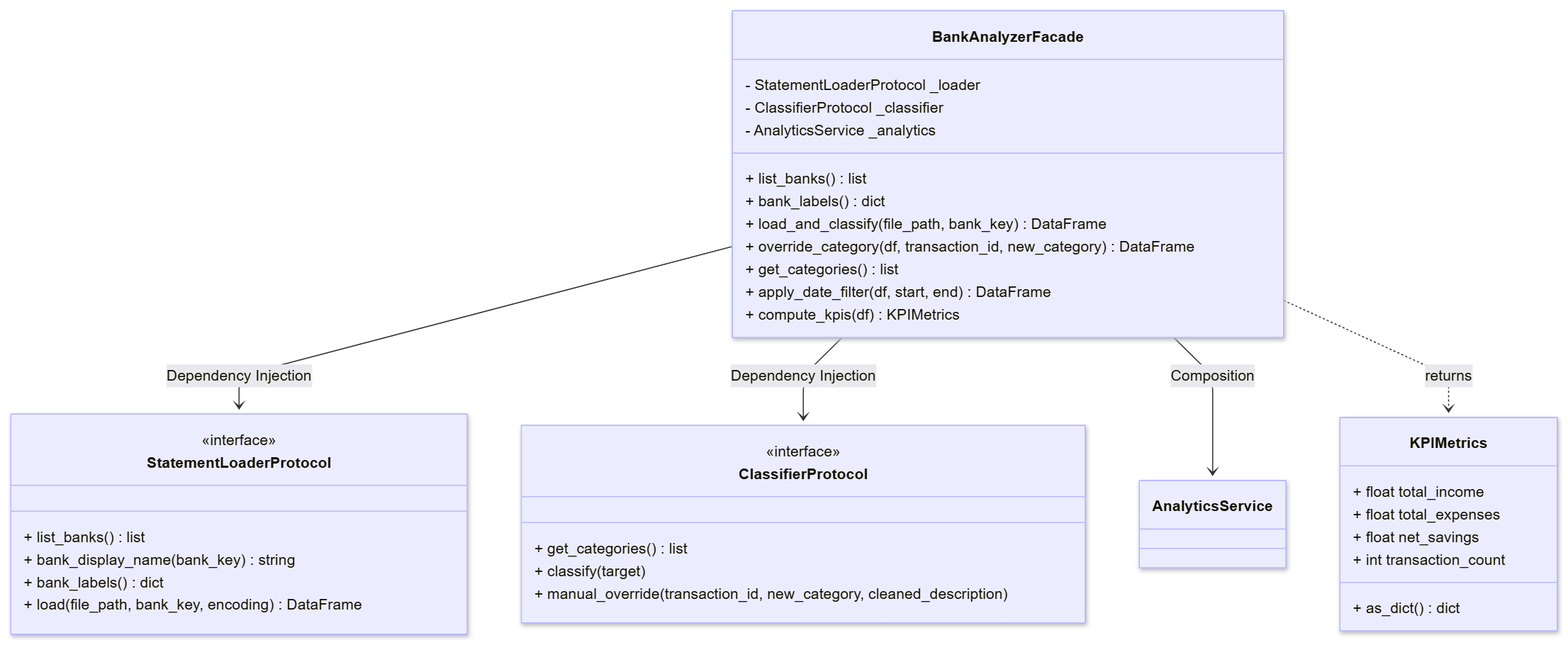
This is UML/Png_Files/04_high_level_facade.png from VahagMardyan/Bank_Statement_Analyser, a Mermaid export, as it was before one commit. Its source is kept beside it as UML/Mmd_Files/04_high_level_facade.mmd. Source of this version:
```mermaid
classDiagram
    class StatementLoaderProtocol {
        <<interface>>
        + list_banks() list
        + bank_display_name(bank_key) string
        + bank_labels() dict
        + load(file_path, bank_key, encoding) DataFrame
    }

    class ClassifierProtocol {
        <<interface>>
        + get_categories() list
        + classify(target)
        + manual_override(transaction_id, new_category, cleaned_description)
    }

    class KPIMetrics {
        + float total_income
        + float total_expenses
        + float net_savings
        + int transaction_count
        + as_dict() dict
    }

    class BankAnalyzerFacade {
        - StatementLoaderProtocol _loader
        - ClassifierProtocol _classifier
        - AnalyticsService _analytics
        + list_banks() list
        + bank_labels() dict
        + load_and_classify(file_path, bank_key) DataFrame
        + override_category(df, transaction_id, new_category) DataFrame
        + get_categories() list
        + apply_date_filter(df, start, end) DataFrame
        + compute_kpis(df) KPIMetrics
    }

    BankAnalyzerFacade --> StatementLoaderProtocol : Dependency Injection
    BankAnalyzerFacade --> ClassifierProtocol : Dependency Injection
    BankAnalyzerFacade --> AnalyticsService : Composition
    BankAnalyzerFacade ..> KPIMetrics : returns
```
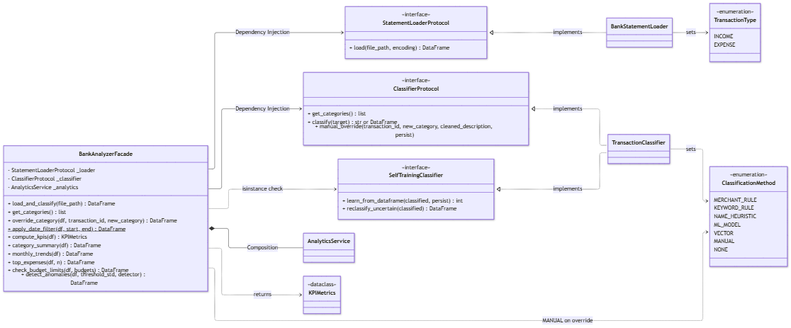
After the change.

Diff of the diagram source:
```diff
@@ -1,41 +1,72 @@
 classDiagram
+    direction LR
+
+    class BankAnalyzerFacade {
+        - StatementLoaderProtocol _loader
+        - ClassifierProtocol _classifier
+        - AnalyticsService _analytics
+        + load_and_classify(file_path) DataFrame
+        + get_categories() list
+        + override_category(df, transaction_id, new_category) DataFrame
+        + apply_date_filter(df, start, end)$ DataFrame
+        + compute_kpis(df) KPIMetrics
+        + category_summary(df) DataFrame
+        + monthly_trends(df) DataFrame
+        + top_expenses(df, n) DataFrame
+        + check_budget_limits(df, budgets) DataFrame
+        + detect_anomalies(df, threshold_std, detector) DataFrame
+    }
+
     class StatementLoaderProtocol {
         <<interface>>
-        + list_banks() list
-        + bank_display_name(bank_key) string
-        + bank_labels() dict
-        + load(file_path, bank_key, encoding) DataFrame
+        + load(file_path, encoding) DataFrame
     }
 
     class ClassifierProtocol {
         <<interface>>
         + get_categories() list
-        + classify(target)
-        + manual_override(transaction_id, new_category, cleaned_description)
+        + classify(target) str or DataFrame
+        + manual_override(transaction_id, new_category, cleaned_description, persist)
     }
 
-    class KPIMetrics {
-        + float total_income
-        + float total_expenses
-        + float net_savings
-        + int transaction_count
-        + as_dict() dict
+    class SelfTrainingClassifier {
+        <<interface>>
+        + learn_from_dataframe(classified, persist) int
+        + reclassify_uncertain(classified) DataFrame
     }
 
-    class BankAnalyzerFacade {
-        - StatementLoaderProtocol _loader
-        - ClassifierProtocol _classifier
-        - AnalyticsService _analytics
-        + list_banks() list
-        + bank_labels() dict
-        + load_and_classify(file_path, bank_key) DataFrame
-        + override_category(df, transaction_id, new_category) DataFrame
-        + get_categories() list
-        + apply_date_filter(df, start, end) DataFrame
-        + compute_kpis(df) KPIMetrics
+    class BankStatementLoader
+    class TransactionClassifier
+    class AnalyticsService
+    class KPIMetrics {
+        <<dataclass>>
+    }
+
+    class TransactionType {
+        <<enumeration>>
+        INCOME
+        EXPENSE
+    }
+    class ClassificationMethod {
+        <<enumeration>>
+        MERCHANT_RULE
+        KEYWORD_RULE
+        NAME_HEURISTIC
+        ML_MODEL
+        VECTOR
+        MANUAL
+        NONE
     }
 
     BankAnalyzerFacade --> StatementLoaderProtocol : Dependency Injection
     BankAnalyzerFacade --> ClassifierProtocol : Dependency Injection
-    BankAnalyzerFacade --> AnalyticsService : Composition
+    BankAnalyzerFacade ..> SelfTrainingClassifier : isinstance check
+    BankAnalyzerFacade *-- AnalyticsService : Composition
     BankAnalyzerFacade ..> KPIMetrics : returns
+    BankAnalyzerFacade ..> ClassificationMethod : MANUAL on override
+
+    StatementLoaderProtocol <|.. BankStatementLoader : implements
+    ClassifierProtocol <|.. TransactionClassifier : implements
+    SelfTrainingClassifier <|.. TransactionClassifier : implements
+    BankStatementLoader ..> TransactionType : sets
+    TransactionClassifier ..> ClassificationMethod : sets
```
